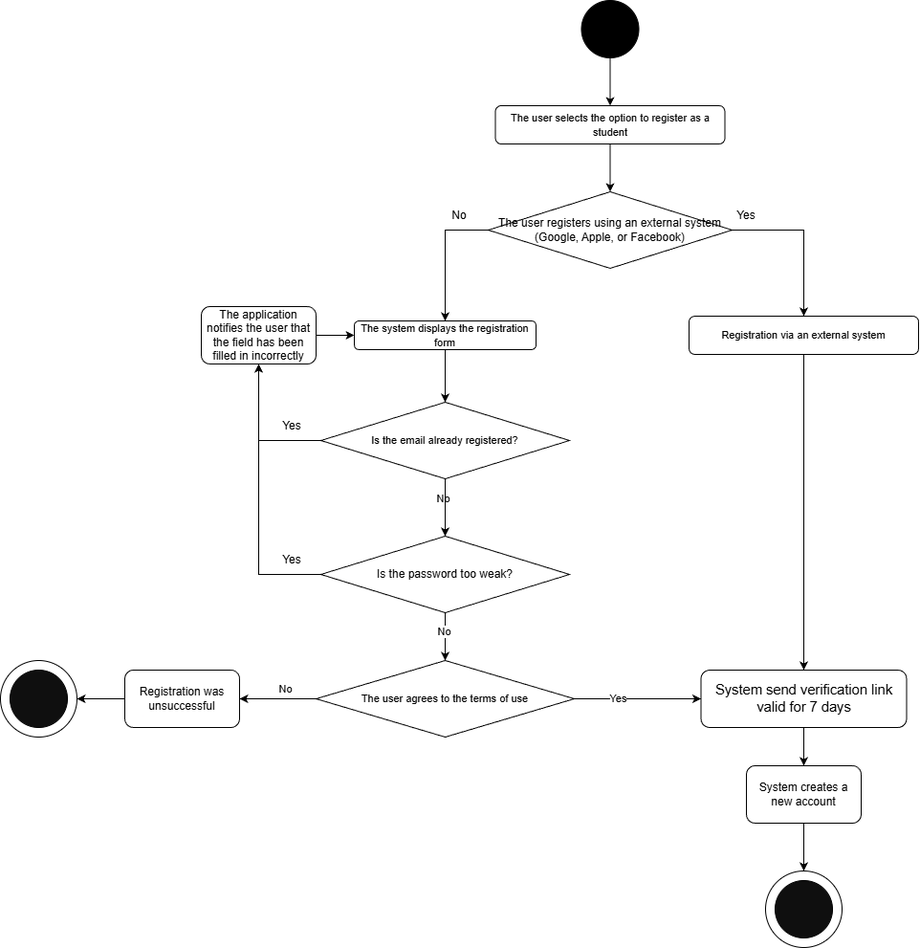
Above: activity-diagram/Register_As_Student.png in AlexShukel/PSI2025 (draw.io), before the change. Source tidied: cells renumbered, new cells last; positions are measured from the earlier drawing's top-left corner, leaving out a move shared by most shapes. Source of this version:
```xml
<mxGraphModel>
  <root>
    <mxCell id="0" />
    <mxCell id="1" parent="0" />
    <mxCell id="2" style="edgeStyle=orthogonalEdgeStyle;rounded=0;jettySize=auto;html=1;" parent="1" edge="1" source="3" target="5">
      <mxGeometry relative="1" as="geometry" />
    </mxCell>
    <mxCell id="3" style="ellipse;whiteSpace=wrap;html=1;strokeColor=default;fillColor=#000000;" parent="1" vertex="1">
      <mxGeometry x="607.5" width="60" height="60" as="geometry" />
    </mxCell>
    <mxCell id="4" style="edgeStyle=orthogonalEdgeStyle;rounded=0;jettySize=auto;html=1;entryX=0.5;entryY=0;entryDx=0;entryDy=0;" parent="1" edge="1" source="5" target="25">
      <mxGeometry relative="1" as="geometry" />
    </mxCell>
    <mxCell id="5" value="&lt;span id=&quot;docs-internal-guid-cfc790ba-7fff-01e4-f4e8-bc228389246a&quot;&gt;&lt;span style=&quot;font-family: Arial, sans-serif; color: rgb(0, 0, 0); background-color: transparent; font-variant-numeric: normal; font-variant-east-asian: normal; font-variant-alternates: normal; font-variant-position: normal; font-variant-emoji: normal; vertical-align: baseline; white-space-collapse: preserve;&quot;&gt;&lt;font style=&quot;font-size: 11px;&quot;&gt;The user selects the option to register as a student&lt;/font&gt;&lt;/span&gt;&lt;/span&gt;" style="rounded=1;whiteSpace=wrap;html=1;" parent="1" vertex="1">
      <mxGeometry x="517.5" y="110" width="240" height="40" as="geometry" />
    </mxCell>
    <mxCell id="6" style="edgeStyle=orthogonalEdgeStyle;rounded=0;jettySize=auto;html=1;entryX=0.5;entryY=0;entryDx=0;entryDy=0;" parent="1" edge="1" source="7" target="12">
      <mxGeometry relative="1" as="geometry" />
    </mxCell>
    <mxCell id="7" value="&lt;span id=&quot;docs-internal-guid-2adf1907-7fff-1a88-1362-cc637c59124d&quot;&gt;&lt;span style=&quot;font-family: Arial, sans-serif; color: rgb(0, 0, 0); background-color: transparent; font-variant-numeric: normal; font-variant-east-asian: normal; font-variant-alternates: normal; font-variant-position: normal; font-variant-emoji: normal; vertical-align: baseline; white-space-collapse: preserve;&quot;&gt;&lt;font style=&quot;font-size: 11px;&quot;&gt;The system displays the registration form&lt;/font&gt;&lt;/span&gt;&lt;/span&gt;" style="rounded=1;whiteSpace=wrap;html=1;" parent="1" vertex="1">
      <mxGeometry x="370" y="335" width="190" height="30" as="geometry" />
    </mxCell>
    <mxCell id="8" style="edgeStyle=orthogonalEdgeStyle;rounded=0;jettySize=auto;html=1;entryX=0.5;entryY=0;entryDx=0;entryDy=0;" parent="1" edge="1" source="12" target="16">
      <mxGeometry relative="1" as="geometry" />
    </mxCell>
    <mxCell id="9" value="No" style="edgeLabel;html=1;align=center;verticalAlign=middle;" parent="8" vertex="1">
      <mxGeometry x="-0.31" y="-2" relative="1" as="geometry" />
    </mxCell>
    <mxCell id="10" style="edgeStyle=orthogonalEdgeStyle;rounded=0;jettySize=auto;html=1;entryX=0.5;entryY=1;entryDx=0;entryDy=0;" parent="1" edge="1" source="12" target="18">
      <mxGeometry relative="1" as="geometry" />
    </mxCell>
    <mxCell id="11" style="edgeStyle=orthogonalEdgeStyle;rounded=0;jettySize=auto;html=1;" parent="1" edge="1" source="12" target="16">
      <mxGeometry relative="1" as="geometry" />
    </mxCell>
    <mxCell id="12" value="&lt;span id=&quot;docs-internal-guid-bba0f44d-7fff-e5fb-7bda-9e89ddd49920&quot;&gt;&lt;span style=&quot;font-family: Arial, sans-serif; color: rgb(0, 0, 0); background-color: transparent; font-variant-numeric: normal; font-variant-east-asian: normal; font-variant-alternates: normal; font-variant-position: normal; font-variant-emoji: normal; vertical-align: baseline; white-space-collapse: preserve;&quot;&gt;&lt;font style=&quot;font-size: 11px;&quot;&gt;Is the email already registered?&lt;/font&gt;&lt;/span&gt;&lt;/span&gt;" style="rhombus;whiteSpace=wrap;html=1;" parent="1" vertex="1">
      <mxGeometry x="335" y="420" width="260" height="80" as="geometry" />
    </mxCell>
    <mxCell id="13" style="edgeStyle=orthogonalEdgeStyle;rounded=0;jettySize=auto;html=1;entryX=0.5;entryY=1;entryDx=0;entryDy=0;" parent="1" edge="1" source="16" target="18">
      <mxGeometry relative="1" as="geometry" />
    </mxCell>
    <mxCell id="14" style="edgeStyle=orthogonalEdgeStyle;rounded=0;jettySize=auto;html=1;entryX=0.5;entryY=0;entryDx=0;entryDy=0;" parent="1" edge="1" source="16" target="44">
      <mxGeometry relative="1" as="geometry" />
    </mxCell>
    <mxCell id="15" value="No" style="edgeLabel;html=1;align=center;verticalAlign=middle;" parent="14" vertex="1">
      <mxGeometry x="-0.2" y="-1" relative="1" as="geometry" />
    </mxCell>
    <mxCell id="16" value="Is the password too weak?" style="rhombus;whiteSpace=wrap;html=1;" parent="1" vertex="1">
      <mxGeometry x="335" y="560" width="260" height="80" as="geometry" />
    </mxCell>
    <mxCell id="17" style="edgeStyle=orthogonalEdgeStyle;rounded=0;jettySize=auto;html=1;entryX=0;entryY=0.5;entryDx=0;entryDy=0;" parent="1" edge="1" source="18" target="7">
      <mxGeometry relative="1" as="geometry" />
    </mxCell>
    <mxCell id="18" value="The application notifies the user that the field has been filled in incorrectly" style="rounded=1;whiteSpace=wrap;html=1;" parent="1" vertex="1">
      <mxGeometry x="210" y="320" width="120" height="60" as="geometry" />
    </mxCell>
    <mxCell id="19" style="edgeStyle=orthogonalEdgeStyle;rounded=0;jettySize=auto;html=1;entryX=0.5;entryY=0;entryDx=0;entryDy=0;" parent="1" edge="1" source="20" target="35">
      <mxGeometry relative="1" as="geometry" />
    </mxCell>
    <mxCell id="20" value="System creates a new account" style="rounded=1;whiteSpace=wrap;html=1;" parent="1" vertex="1">
      <mxGeometry x="780" y="800" width="120" height="60" as="geometry" />
    </mxCell>
    <mxCell id="21" style="edgeStyle=orthogonalEdgeStyle;rounded=0;jettySize=auto;html=1;entryX=0.5;entryY=0;entryDx=0;entryDy=0;" parent="1" edge="1" source="22" target="27">
      <mxGeometry relative="1" as="geometry" />
    </mxCell>
    <mxCell id="22" value="&lt;span id=&quot;docs-internal-guid-2adf1907-7fff-1a88-1362-cc637c59124d&quot;&gt;&lt;span style=&quot;font-family: Arial, sans-serif; color: rgb(0, 0, 0); background-color: transparent; font-variant-numeric: normal; font-variant-east-asian: normal; font-variant-alternates: normal; font-variant-position: normal; font-variant-emoji: normal; vertical-align: baseline; white-space-collapse: preserve;&quot;&gt;&lt;font style=&quot;font-size: 11px;&quot;&gt;Registration via an external system&lt;/font&gt;&lt;/span&gt;&lt;/span&gt;" style="rounded=1;whiteSpace=wrap;html=1;" parent="1" vertex="1">
      <mxGeometry x="720" y="330" width="240" height="40" as="geometry" />
    </mxCell>
    <mxCell id="23" style="edgeStyle=orthogonalEdgeStyle;rounded=0;jettySize=auto;html=1;exitX=1;exitY=0.5;exitDx=0;exitDy=0;" parent="1" edge="1" source="25" target="22">
      <mxGeometry relative="1" as="geometry" />
    </mxCell>
    <mxCell id="24" style="edgeStyle=orthogonalEdgeStyle;rounded=0;jettySize=auto;html=1;exitX=0;exitY=0.5;exitDx=0;exitDy=0;" parent="1" edge="1" source="25" target="7">
      <mxGeometry relative="1" as="geometry" />
    </mxCell>
    <mxCell id="25" value="The user registers using an external system (Google, Apple, or Facebook)" style="rhombus;whiteSpace=wrap;html=1;" parent="1" vertex="1">
      <mxGeometry x="510" y="200" width="255" height="80" as="geometry" />
    </mxCell>
    <mxCell id="26" style="edgeStyle=orthogonalEdgeStyle;rounded=0;jettySize=auto;html=1;entryX=0.5;entryY=0;entryDx=0;entryDy=0;" parent="1" edge="1" source="27" target="20">
      <mxGeometry relative="1" as="geometry" />
    </mxCell>
    <mxCell id="27" value="&lt;span id=&quot;docs-internal-guid-8250da57-7fff-e8ad-e50b-be7e9c9b14e4&quot;&gt;&lt;span style=&quot;font-size: 11pt; font-family: Arial, sans-serif; color: rgb(0, 0, 0); background-color: transparent; font-variant-numeric: normal; font-variant-east-asian: normal; font-variant-alternates: normal; font-variant-position: normal; font-variant-emoji: normal; vertical-align: baseline; white-space-collapse: preserve;&quot;&gt;System send verification link valid for 7 days&lt;/span&gt;&lt;/span&gt;" style="rounded=1;whiteSpace=wrap;html=1;" parent="1" vertex="1">
      <mxGeometry x="732.5" y="700" width="215" height="60" as="geometry" />
    </mxCell>
    <mxCell id="28" value="Yes" style="text;html=1;whiteSpace=wrap;strokeColor=none;fillColor=none;align=center;verticalAlign=middle;rounded=0;" parent="1" vertex="1">
      <mxGeometry x="750" y="210" width="60" height="30" as="geometry" />
    </mxCell>
    <mxCell id="29" value="Yes" style="text;html=1;whiteSpace=wrap;strokeColor=none;fillColor=none;align=center;verticalAlign=middle;rounded=0;" parent="1" vertex="1">
      <mxGeometry x="275" y="570" width="60" height="30" as="geometry" />
    </mxCell>
    <mxCell id="30" value="Yes" style="text;html=1;whiteSpace=wrap;strokeColor=none;fillColor=none;align=center;verticalAlign=middle;rounded=0;" parent="1" vertex="1">
      <mxGeometry x="275" y="430" width="60" height="30" as="geometry" />
    </mxCell>
    <mxCell id="31" value="No" style="text;html=1;whiteSpace=wrap;strokeColor=none;fillColor=none;align=center;verticalAlign=middle;rounded=0;" parent="1" vertex="1">
      <mxGeometry x="450" y="210" width="60" height="30" as="geometry" />
    </mxCell>
    <mxCell id="32" style="edgeStyle=orthogonalEdgeStyle;rounded=0;jettySize=auto;html=1;exitX=0;exitY=0.5;exitDx=0;exitDy=0;entryX=1;entryY=0.5;entryDx=0;entryDy=0;" parent="1" edge="1" source="33" target="38">
      <mxGeometry relative="1" as="geometry" />
    </mxCell>
    <mxCell id="33" value="Registration was unsuccessful" style="rounded=1;whiteSpace=wrap;html=1;" parent="1" vertex="1">
      <mxGeometry x="130" y="700" width="120" height="60" as="geometry" />
    </mxCell>
    <mxCell id="34" style="group;" parent="1" vertex="1">
      <mxGeometry x="800" y="910" width="80" height="80" as="geometry" />
    </mxCell>
    <mxCell id="35" style="ellipse;whiteSpace=wrap;html=1;" parent="34" vertex="1">
      <mxGeometry width="80" height="80" as="geometry" />
    </mxCell>
    <mxCell id="36" style="ellipse;whiteSpace=wrap;html=1;fillColor=#0F0F0F;" parent="34" vertex="1">
      <mxGeometry x="10" y="10" width="60" height="60" as="geometry" />
    </mxCell>
    <mxCell id="37" style="group;" parent="1" vertex="1">
      <mxGeometry y="690" width="80" height="80" as="geometry" />
    </mxCell>
    <mxCell id="38" style="ellipse;whiteSpace=wrap;html=1;" parent="37" vertex="1">
      <mxGeometry width="80" height="80" as="geometry" />
    </mxCell>
    <mxCell id="39" style="ellipse;whiteSpace=wrap;html=1;fillColor=#0F0F0F;" parent="37" vertex="1">
      <mxGeometry x="10" y="10" width="60" height="60" as="geometry" />
    </mxCell>
    <mxCell id="40" style="edgeStyle=orthogonalEdgeStyle;rounded=0;jettySize=auto;html=1;entryX=1;entryY=0.5;entryDx=0;entryDy=0;" parent="1" edge="1" source="44" target="33">
      <mxGeometry relative="1" as="geometry" />
    </mxCell>
    <mxCell id="41" value="No" style="edgeLabel;html=1;align=center;verticalAlign=middle;" parent="40" vertex="1">
      <mxGeometry x="-0.2" relative="1" as="geometry">
        <mxPoint y="-10" as="offset" />
      </mxGeometry>
    </mxCell>
    <mxCell id="42" style="edgeStyle=orthogonalEdgeStyle;rounded=0;jettySize=auto;html=1;entryX=0;entryY=0.5;entryDx=0;entryDy=0;" parent="1" edge="1" source="44" target="27">
      <mxGeometry relative="1" as="geometry" />
    </mxCell>
    <mxCell id="43" value="Yes" style="edgeLabel;html=1;align=center;verticalAlign=middle;" parent="42" vertex="1">
      <mxGeometry x="-0.31" relative="1" as="geometry" />
    </mxCell>
    <mxCell id="44" value="&lt;span id=&quot;docs-internal-guid-e818e0be-7fff-c514-7c66-302a4996b57c&quot;&gt;&lt;span style=&quot;font-family: Arial, sans-serif; color: rgb(0, 0, 0); background-color: transparent; font-variant-numeric: normal; font-variant-east-asian: normal; font-variant-alternates: normal; font-variant-position: normal; font-variant-emoji: normal; vertical-align: baseline; white-space-collapse: preserve;&quot;&gt;&lt;font style=&quot;font-size: 11px;&quot;&gt;The user agrees to the terms of use&lt;/font&gt;&lt;/span&gt;&lt;/span&gt;" style="rhombus;whiteSpace=wrap;html=1;" parent="1" vertex="1">
      <mxGeometry x="330" y="690" width="270" height="80" as="geometry" />
    </mxCell>
  </root>
</mxGraphModel>
```
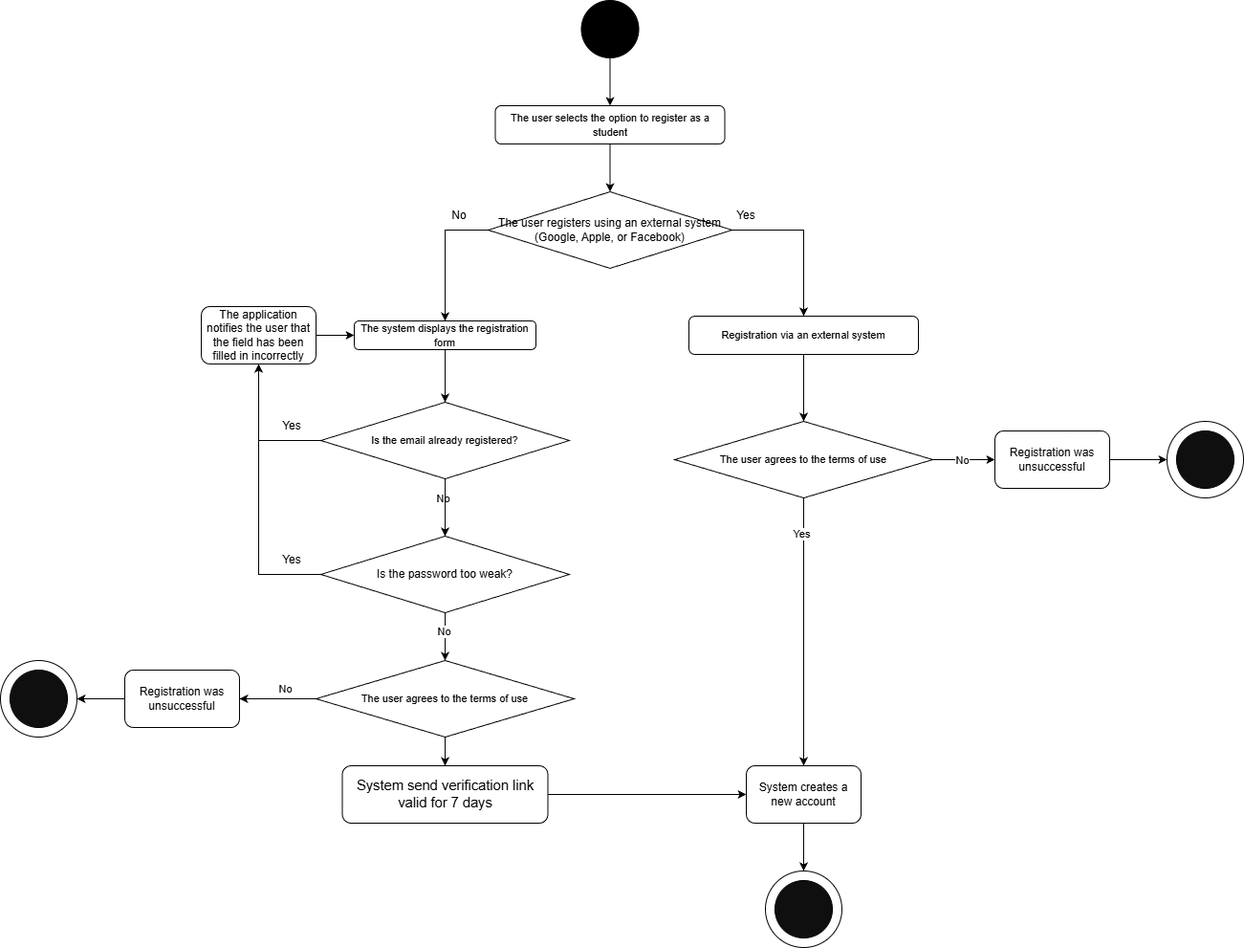
Later version of the same file.

Commit message:
Updated activity diagram

Change to the diagram source:
```diff
@@ -59,9 +59,9 @@
     <mxCell id="20" value="System creates a new account" style="rounded=1;whiteSpace=wrap;html=1;" parent="1" vertex="1">
       <mxGeometry x="780" y="800" width="120" height="60" as="geometry" />
     </mxCell>
-    <mxCell id="21" style="edgeStyle=orthogonalEdgeStyle;rounded=0;jettySize=auto;html=1;entryX=0.5;entryY=0;entryDx=0;entryDy=0;" parent="1" edge="1" source="22" target="27">
-      <mxGeometry relative="1" as="geometry" />
-    </mxCell>
+    <mxCell id="45" style="edgeStyle=orthogonalEdgeStyle;rounded=0;jettySize=auto;html=1;entryX=0.5;entryY=0;entryDx=0;entryDy=0;" parent="1" edge="1" source="22" target="49">
+      <mxGeometry relative="1" as="geometry" />
+    </mxCell>
     <mxCell id="22" value="&lt;span id=&quot;docs-internal-guid-2adf1907-7fff-1a88-1362-cc637c59124d&quot;&gt;&lt;span style=&quot;font-family: Arial, sans-serif; color: rgb(0, 0, 0); background-color: transparent; font-variant-numeric: normal; font-variant-east-asian: normal; font-variant-alternates: normal; font-variant-position: normal; font-variant-emoji: normal; vertical-align: baseline; white-space-collapse: preserve;&quot;&gt;&lt;font style=&quot;font-size: 11px;&quot;&gt;Registration via an external system&lt;/font&gt;&lt;/span&gt;&lt;/span&gt;" style="rounded=1;whiteSpace=wrap;html=1;" parent="1" vertex="1">
       <mxGeometry x="720" y="330" width="240" height="40" as="geometry" />
     </mxCell>
@@ -74,11 +74,11 @@
     <mxCell id="25" value="The user registers using an external system (Google, Apple, or Facebook)" style="rhombus;whiteSpace=wrap;html=1;" parent="1" vertex="1">
       <mxGeometry x="510" y="200" width="255" height="80" as="geometry" />
     </mxCell>
-    <mxCell id="26" style="edgeStyle=orthogonalEdgeStyle;rounded=0;jettySize=auto;html=1;entryX=0.5;entryY=0;entryDx=0;entryDy=0;" parent="1" edge="1" source="27" target="20">
+    <mxCell id="26" style="edgeStyle=orthogonalEdgeStyle;rounded=0;jettySize=auto;html=1;" parent="1" edge="1" source="27" target="20">
       <mxGeometry relative="1" as="geometry" />
     </mxCell>
     <mxCell id="27" value="&lt;span id=&quot;docs-internal-guid-8250da57-7fff-e8ad-e50b-be7e9c9b14e4&quot;&gt;&lt;span style=&quot;font-size: 11pt; font-family: Arial, sans-serif; color: rgb(0, 0, 0); background-color: transparent; font-variant-numeric: normal; font-variant-east-asian: normal; font-variant-alternates: normal; font-variant-position: normal; font-variant-emoji: normal; vertical-align: baseline; white-space-collapse: preserve;&quot;&gt;System send verification link valid for 7 days&lt;/span&gt;&lt;/span&gt;" style="rounded=1;whiteSpace=wrap;html=1;" parent="1" vertex="1">
-      <mxGeometry x="732.5" y="700" width="215" height="60" as="geometry" />
+      <mxGeometry x="357.5" y="800" width="215" height="60" as="geometry" />
     </mxCell>
     <mxCell id="28" value="Yes" style="text;html=1;whiteSpace=wrap;strokeColor=none;fillColor=none;align=center;verticalAlign=middle;rounded=0;" parent="1" vertex="1">
       <mxGeometry x="750" y="210" width="60" height="30" as="geometry" />
@@ -124,14 +124,43 @@
         <mxPoint y="-10" as="offset" />
       </mxGeometry>
     </mxCell>
-    <mxCell id="42" style="edgeStyle=orthogonalEdgeStyle;rounded=0;jettySize=auto;html=1;entryX=0;entryY=0.5;entryDx=0;entryDy=0;" parent="1" edge="1" source="44" target="27">
+    <mxCell id="42" style="edgeStyle=orthogonalEdgeStyle;rounded=0;jettySize=auto;html=1;entryX=0.5;entryY=0;entryDx=0;entryDy=0;" parent="1" edge="1" source="44" target="27">
       <mxGeometry relative="1" as="geometry" />
     </mxCell>
+    <mxCell id="44" value="&lt;span id=&quot;docs-internal-guid-e818e0be-7fff-c514-7c66-302a4996b57c&quot;&gt;&lt;span style=&quot;font-family: Arial, sans-serif; color: rgb(0, 0, 0); background-color: transparent; font-variant-numeric: normal; font-variant-east-asian: normal; font-variant-alternates: normal; font-variant-position: normal; font-variant-emoji: normal; vertical-align: baseline; white-space-collapse: preserve;&quot;&gt;&lt;font style=&quot;font-size: 11px;&quot;&gt;The user agrees to the terms of use&lt;/font&gt;&lt;/span&gt;&lt;/span&gt;" style="rhombus;whiteSpace=wrap;html=1;" parent="1" vertex="1">
+      <mxGeometry x="330" y="690" width="270" height="80" as="geometry" />
+    </mxCell>
+    <mxCell id="46" style="edgeStyle=orthogonalEdgeStyle;rounded=0;jettySize=auto;html=1;entryX=0.5;entryY=0;entryDx=0;entryDy=0;" parent="1" edge="1" source="49" target="20">
+      <mxGeometry relative="1" as="geometry" />
+    </mxCell>
-    <mxCell id="43" value="Yes" style="edgeLabel;html=1;align=center;verticalAlign=middle;" parent="42" vertex="1">
-      <mxGeometry x="-0.31" relative="1" as="geometry" />
+    <mxCell id="43" value="Yes" style="edgeLabel;html=1;align=center;verticalAlign=middle;" parent="46" vertex="1">
+      <mxGeometry x="-0.73" y="-2" relative="1" as="geometry" />
     </mxCell>
-    <mxCell id="44" value="&lt;span id=&quot;docs-internal-guid-e818e0be-7fff-c514-7c66-302a4996b57c&quot;&gt;&lt;span style=&quot;font-family: Arial, sans-serif; color: rgb(0, 0, 0); background-color: transparent; font-variant-numeric: normal; font-variant-east-asian: normal; font-variant-alternates: normal; font-variant-position: normal; font-variant-emoji: normal; vertical-align: baseline; white-space-collapse: preserve;&quot;&gt;&lt;font style=&quot;font-size: 11px;&quot;&gt;The user agrees to the terms of use&lt;/font&gt;&lt;/span&gt;&lt;/span&gt;" style="rhombus;whiteSpace=wrap;html=1;" parent="1" vertex="1">
-      <mxGeometry x="330" y="690" width="270" height="80" as="geometry" />
-    </mxCell>
+    <mxCell id="47" style="edgeStyle=orthogonalEdgeStyle;rounded=0;jettySize=auto;html=1;entryX=0;entryY=0.5;entryDx=0;entryDy=0;" parent="1" edge="1" source="49" target="51">
+      <mxGeometry relative="1" as="geometry" />
+    </mxCell>
+    <mxCell id="48" value="No" style="edgeLabel;html=1;align=center;verticalAlign=middle;" parent="47" vertex="1">
+      <mxGeometry x="-0.08" y="-1" relative="1" as="geometry" />
+    </mxCell>
+    <mxCell id="49" value="&lt;span id=&quot;docs-internal-guid-e818e0be-7fff-c514-7c66-302a4996b57c&quot;&gt;&lt;span style=&quot;font-family: Arial, sans-serif; color: rgb(0, 0, 0); background-color: transparent; font-variant-numeric: normal; font-variant-east-asian: normal; font-variant-alternates: normal; font-variant-position: normal; font-variant-emoji: normal; vertical-align: baseline; white-space-collapse: preserve;&quot;&gt;&lt;font style=&quot;font-size: 11px;&quot;&gt;The user agrees to the terms of use&lt;/font&gt;&lt;/span&gt;&lt;/span&gt;" style="rhombus;whiteSpace=wrap;html=1;" parent="1" vertex="1">
+      <mxGeometry x="705" y="440" width="270" height="80" as="geometry" />
+    </mxCell>
+    <mxCell id="50" style="edgeStyle=orthogonalEdgeStyle;rounded=0;jettySize=auto;html=1;" parent="1" edge="1" source="51">
+      <mxGeometry relative="1" as="geometry">
+        <mxPoint x="1220" y="480" as="targetPoint" />
+      </mxGeometry>
+    </mxCell>
+    <mxCell id="51" value="Registration was unsuccessful" style="rounded=1;whiteSpace=wrap;html=1;" parent="1" vertex="1">
+      <mxGeometry x="1040" y="450" width="120" height="60" as="geometry" />
+    </mxCell>
+    <mxCell id="52" style="group;" parent="1" vertex="1">
+      <mxGeometry x="1220" y="440" width="80" height="80" as="geometry" />
+    </mxCell>
+    <mxCell id="53" style="ellipse;whiteSpace=wrap;html=1;" parent="52" vertex="1">
+      <mxGeometry width="80" height="80" as="geometry" />
+    </mxCell>
+    <mxCell id="54" style="ellipse;whiteSpace=wrap;html=1;fillColor=#0F0F0F;" parent="52" vertex="1">
+      <mxGeometry x="10" y="10" width="60" height="60" as="geometry" />
+    </mxCell>
   </root>
 </mxGraphModel>
```
